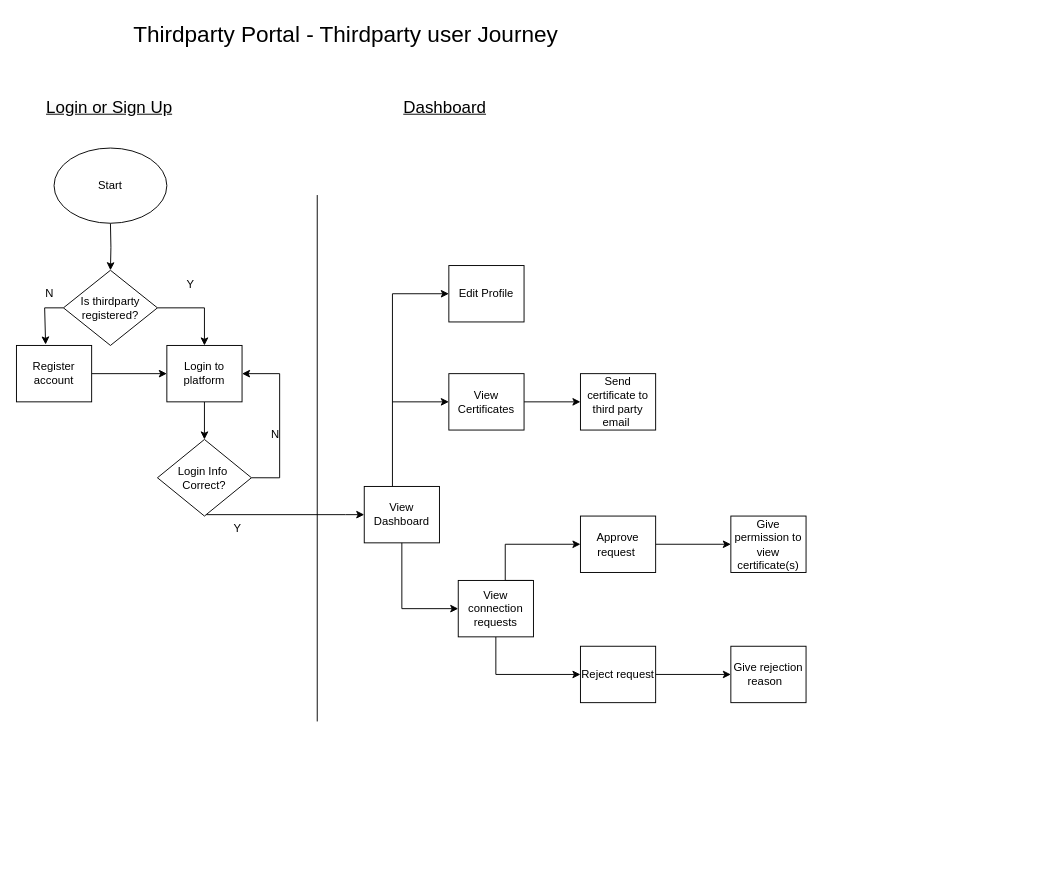
Earlier version of the draw.io diagram Thirdpaty Portal.drawio (SifisoMzansi/architecture-diagrams). Source tidied: cells renumbered, new cells numbered last; positions are measured from the earlier drawing's top-left corner, leaving out a move shared by most shapes. Both pictures are drawn from the tidied source at 94%, with x=0, y=0 at pixel (16, 16).
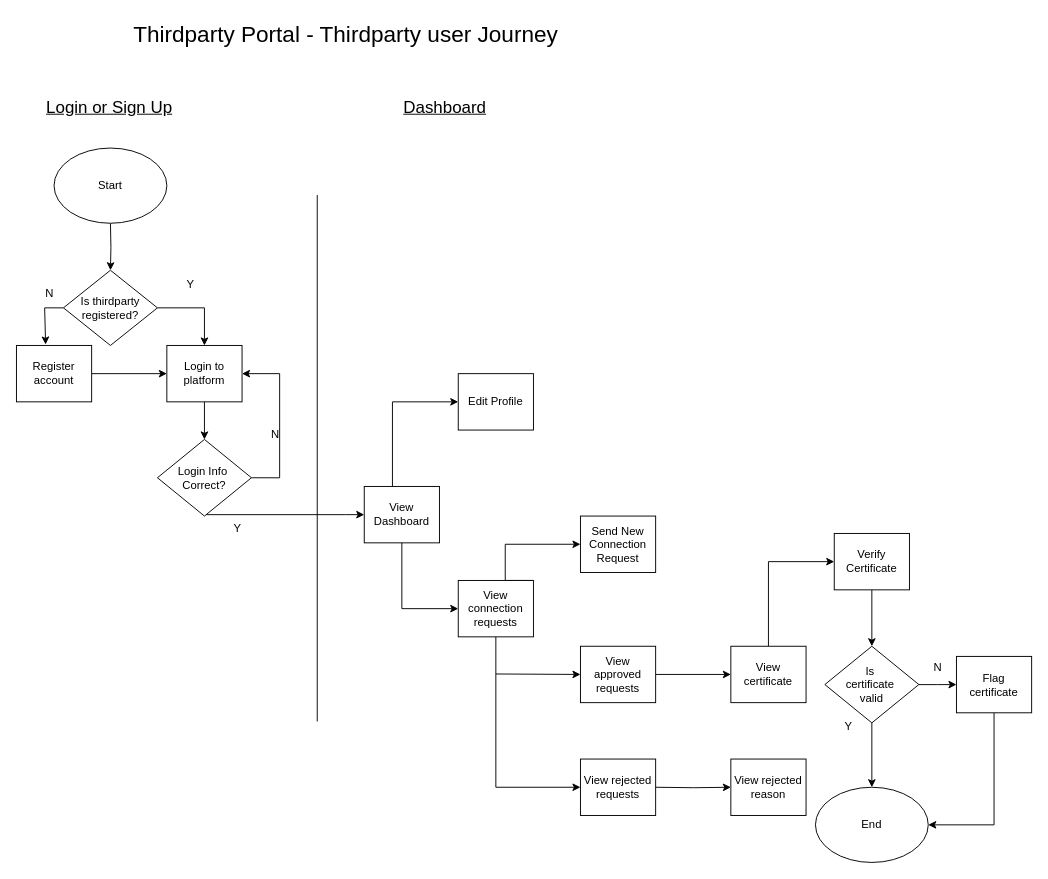
Above is the later version.

Unchanged cells that the change refers to:
```xml
<mxCell id="23" value="View Dashboard" style="rounded=0;whiteSpace=wrap;html=1;" parent="1" vertex="1">
  <mxGeometry x="370" y="500" width="80" height="60" as="geometry" />
</mxCell>
<mxCell id="28" value="View connection requests" style="rounded=0;whiteSpace=wrap;html=1;" parent="1" vertex="1">
  <mxGeometry x="470" y="600" width="80" height="60" as="geometry" />
</mxCell>
```

Change to the diagram source:
```diff
@@
     <mxCell id="22" style="edgeStyle=orthogonalEdgeStyle;rounded=0;jettySize=auto;html=1;entryX=0;entryY=0.5;entryDx=0;entryDy=0;" parent="1" edge="1" source="23" target="36">
       <mxGeometry relative="1" as="geometry">
         <Array as="points">
-          <mxPoint x="400" y="295" />
+          <mxPoint x="400" y="410" />
         </Array>
       </mxGeometry>
     </mxCell>
@@
-    <mxCell id="24" style="edgeStyle=orthogonalEdgeStyle;rounded=0;jettySize=auto;html=1;exitX=1;exitY=0.5;exitDx=0;exitDy=0;entryX=0;entryY=0.5;entryDx=0;entryDy=0;" parent="1" edge="1" source="25" target="35">
-      <mxGeometry relative="1" as="geometry" />
-    </mxCell>
-    <mxCell id="25" value="View Certificates" style="rounded=0;whiteSpace=wrap;html=1;" parent="1" vertex="1">
-      <mxGeometry x="460" y="380" width="80" height="60" as="geometry" />
-    </mxCell>
@@
-    <mxCell id="27" style="edgeStyle=orthogonalEdgeStyle;rounded=0;jettySize=auto;html=1;entryX=0;entryY=0.5;entryDx=0;entryDy=0;" parent="1" edge="1" source="28" target="32">
+    <mxCell id="27" style="edgeStyle=orthogonalEdgeStyle;rounded=0;jettySize=auto;html=1;entryX=0;entryY=0.5;entryDx=0;entryDy=0;" parent="1" edge="1" source="28" target="41">
       <mxGeometry relative="1" as="geometry">
         <Array as="points">
-          <mxPoint x="510" y="700" />
+          <mxPoint x="510" y="820" />
         </Array>
       </mxGeometry>
     </mxCell>
@@
-    <mxCell id="29" style="edgeStyle=orthogonalEdgeStyle;rounded=0;jettySize=auto;html=1;" parent="1" edge="1" source="30" target="33">
-      <mxGeometry relative="1" as="geometry" />
-    </mxCell>
-    <mxCell id="30" value="Approve request&amp;nbsp;" style="rounded=0;whiteSpace=wrap;html=1;" parent="1" vertex="1">
+    <mxCell id="30" value="Send New Connection Request" style="rounded=0;whiteSpace=wrap;html=1;" parent="1" vertex="1">
       <mxGeometry x="600" y="531.5" width="80" height="60" as="geometry" />
     </mxCell>
@@
-    <mxCell id="32" value="Reject request" style="rounded=0;whiteSpace=wrap;html=1;" parent="1" vertex="1">
+    <mxCell id="32" value="View approved requests" style="rounded=0;whiteSpace=wrap;html=1;" parent="1" vertex="1">
       <mxGeometry x="600" y="670" width="80" height="60" as="geometry" />
     </mxCell>
-    <mxCell id="33" value="Give permission to view certificate(s)" style="rounded=0;whiteSpace=wrap;html=1;" parent="1" vertex="1">
-      <mxGeometry x="760" y="531.5" width="80" height="60" as="geometry" />
-    </mxCell>
+    <mxCell id="40" style="edgeStyle=orthogonalEdgeStyle;rounded=0;jettySize=auto;html=1;entryX=0;entryY=0.5;entryDx=0;entryDy=0;" parent="1" edge="1" source="34" target="46">
+      <mxGeometry relative="1" as="geometry">
+        <Array as="points">
+          <mxPoint x="800" y="580" />
+        </Array>
+      </mxGeometry>
+    </mxCell>
-    <mxCell id="34" value="Give rejection reason&amp;nbsp;&amp;nbsp;" style="rounded=0;whiteSpace=wrap;html=1;" parent="1" vertex="1">
+    <mxCell id="34" value="View certificate" style="rounded=0;whiteSpace=wrap;html=1;" parent="1" vertex="1">
       <mxGeometry x="760" y="670" width="80" height="60" as="geometry" />
     </mxCell>
-    <mxCell id="35" value="Send certificate to third party email&amp;nbsp;" style="rounded=0;whiteSpace=wrap;html=1;" parent="1" vertex="1">
-      <mxGeometry x="600" y="380" width="80" height="60" as="geometry" />
-    </mxCell>
     <mxCell id="36" value="Edit Profile" style="rounded=0;whiteSpace=wrap;html=1;" parent="1" vertex="1">
-      <mxGeometry x="460" y="265" width="80" height="60" as="geometry" />
+      <mxGeometry x="470" y="380" width="80" height="60" as="geometry" />
     </mxCell>
-    <mxCell id="37" style="endArrow=classic;html=1;rounded=0;entryX=0;entryY=0.5;entryDx=0;entryDy=0;" parent="1" edge="1" target="25">
-      <mxGeometry relative="1" as="geometry">
-        <mxPoint x="400" y="410" as="sourcePoint" />
-      </mxGeometry>
-    </mxCell>
@@
+    <mxCell id="41" value="View rejected requests" style="rounded=0;whiteSpace=wrap;html=1;" parent="1" vertex="1">
+      <mxGeometry x="600" y="790" width="80" height="60" as="geometry" />
+    </mxCell>
+    <mxCell id="42" style="edgeStyle=orthogonalEdgeStyle;rounded=0;jettySize=auto;html=1;entryX=0;entryY=0.5;entryDx=0;entryDy=0;" parent="1" edge="1" target="32">
+      <mxGeometry relative="1" as="geometry">
+        <mxPoint x="510" y="699.5" as="sourcePoint" />
+      </mxGeometry>
+    </mxCell>
+    <mxCell id="43" style="edgeStyle=orthogonalEdgeStyle;rounded=0;jettySize=auto;html=1;entryX=0;entryY=0.5;entryDx=0;entryDy=0;" parent="1" edge="1" target="44">
+      <mxGeometry relative="1" as="geometry">
+        <mxPoint x="680" y="820" as="sourcePoint" />
+      </mxGeometry>
+    </mxCell>
+    <mxCell id="44" value="View rejected reason" style="rounded=0;whiteSpace=wrap;html=1;" parent="1" vertex="1">
+      <mxGeometry x="760" y="790" width="80" height="60" as="geometry" />
+    </mxCell>
+    <mxCell id="45" style="edgeStyle=orthogonalEdgeStyle;rounded=0;jettySize=auto;html=1;entryX=0.5;entryY=0;entryDx=0;entryDy=0;" parent="1" edge="1" source="46" target="48">
+      <mxGeometry relative="1" as="geometry" />
+    </mxCell>
+    <mxCell id="46" value="Verify Certificate" style="rounded=0;whiteSpace=wrap;html=1;" parent="1" vertex="1">
+      <mxGeometry x="870" y="550" width="80" height="60" as="geometry" />
+    </mxCell>
+    <mxCell id="47" style="edgeStyle=orthogonalEdgeStyle;rounded=0;jettySize=auto;html=1;entryX=0;entryY=0.5;entryDx=0;entryDy=0;" parent="1" edge="1" source="48" target="51">
+      <mxGeometry relative="1" as="geometry" />
+    </mxCell>
+    <mxCell id="48" value="Is&amp;nbsp;&lt;div&gt;certificate&amp;nbsp;&lt;div&gt;valid&lt;/div&gt;&lt;/div&gt;" style="rhombus;whiteSpace=wrap;html=1;" parent="1" vertex="1">
+      <mxGeometry x="860" y="670" width="100" height="81.5" as="geometry" />
+    </mxCell>
+    <mxCell id="49" style="edgeStyle=orthogonalEdgeStyle;rounded=0;jettySize=auto;html=1;entryX=0.5;entryY=0;entryDx=0;entryDy=0;" parent="1" edge="1" source="48" target="54">
+      <mxGeometry relative="1" as="geometry" />
+    </mxCell>
+    <mxCell id="50" style="edgeStyle=orthogonalEdgeStyle;rounded=0;jettySize=auto;html=1;entryX=1;entryY=0.5;entryDx=0;entryDy=0;" parent="1" edge="1" source="51" target="54">
+      <mxGeometry relative="1" as="geometry">
+        <Array as="points">
+          <mxPoint x="1040" y="860" />
+        </Array>
+      </mxGeometry>
+    </mxCell>
+    <mxCell id="51" value="Flag certificate" style="rounded=0;whiteSpace=wrap;html=1;" parent="1" vertex="1">
+      <mxGeometry x="1000" y="680.8" width="80" height="60" as="geometry" />
+    </mxCell>
+    <mxCell id="52" value="N" style="text;html=1;align=center;verticalAlign=middle;strokeColor=none;fillColor=none;" parent="1" vertex="1">
+      <mxGeometry x="965" y="678" width="30" height="30" as="geometry" />
+    </mxCell>
+    <mxCell id="53" value="Y" style="text;html=1;align=center;verticalAlign=middle;strokeColor=none;fillColor=none;" parent="1" vertex="1">
+      <mxGeometry x="870" y="740.8" width="30" height="30" as="geometry" />
+    </mxCell>
+    <mxCell id="54" value="End" style="ellipse;whiteSpace=wrap;html=1;" parent="1" vertex="1">
+      <mxGeometry x="850" y="820" width="120" height="80" as="geometry" />
+    </mxCell>
```
